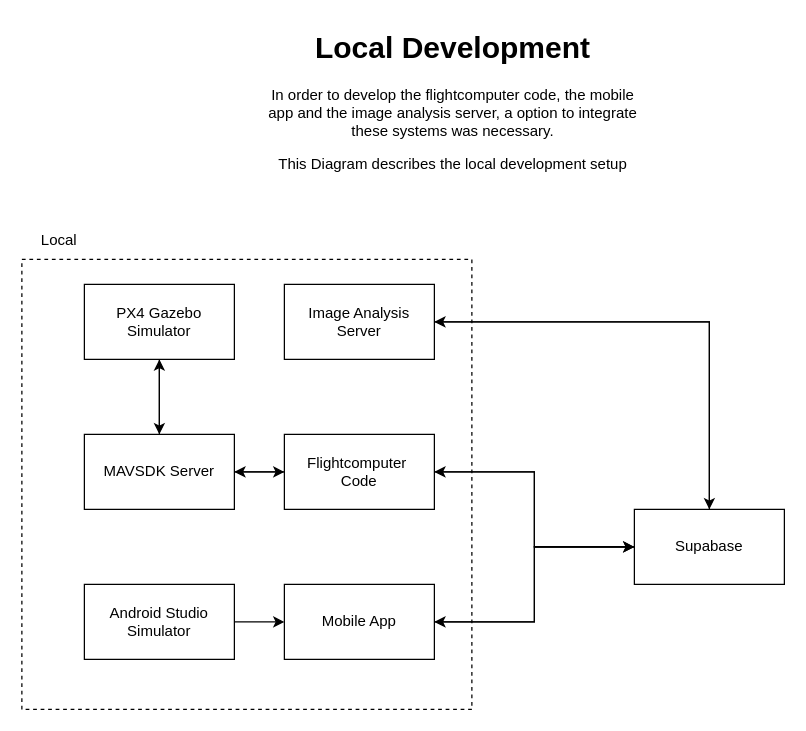
FawnRescue/planning keeps this draw.io diagram as Simulator_architecture.drawio. Above is the earlier version. Source tidied: cells renumbered, new cells numbered last; positions are measured from the earlier drawing's top-left corner, leaving out a move shared by most shapes. Both pictures are drawn from the tidied source at 125%, with x=0, y=0 at pixel (21, 21).
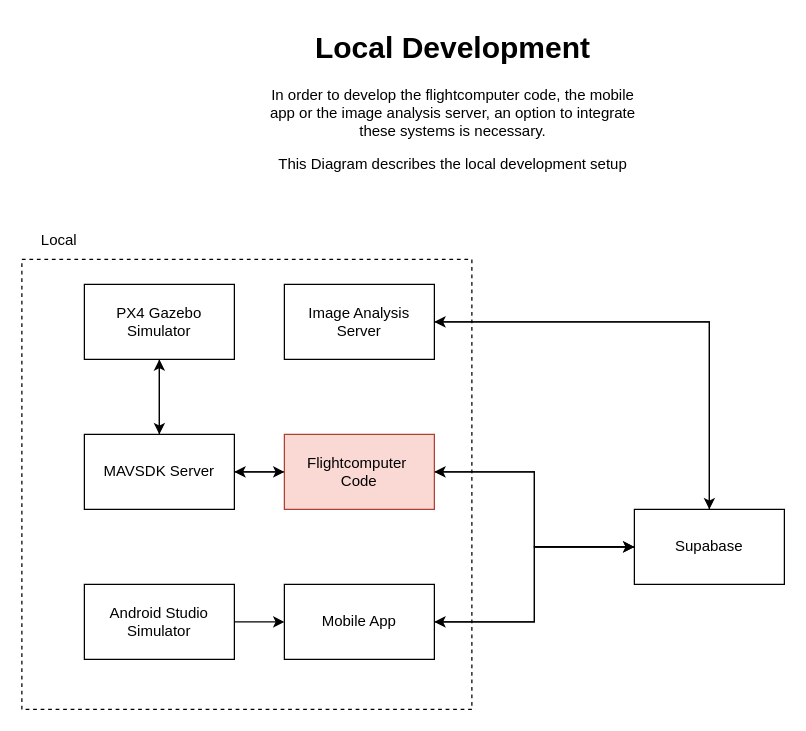
Above is the later version.

Change to the diagram source:
```diff
@@
-    <mxCell id="10" value="&lt;div&gt;Flightcomputer&amp;nbsp;&lt;/div&gt;&lt;div&gt;Code&lt;/div&gt;" style="rounded=0;whiteSpace=wrap;html=1;" parent="1" vertex="1">
+    <mxCell id="10" value="&lt;div&gt;Flightcomputer&amp;nbsp;&lt;/div&gt;&lt;div&gt;Code&lt;/div&gt;" style="rounded=0;whiteSpace=wrap;html=1;fillColor=#fad9d5;strokeColor=#ae4132;" parent="1" vertex="1">
       <mxGeometry x="210" y="330" width="120" height="60" as="geometry" />
     </mxCell>
@@
-    <mxCell id="17" value="&lt;h1 style=&quot;margin-top: 0px;&quot;&gt;Local Development&lt;br&gt;&lt;/h1&gt;&lt;p&gt;In order to develop the flightcomputer code, the mobile app and the image analysis server, a option to integrate these systems was necessary.&lt;/p&gt;&lt;p&gt;This Diagram describes the local development setup&lt;br&gt;&lt;/p&gt;" style="text;html=1;whiteSpace=wrap;overflow=hidden;rounded=0;align=center;" parent="1" vertex="1">
+    <mxCell id="17" value="&lt;h1 style=&quot;margin-top: 0px;&quot;&gt;Local Development&lt;br&gt;&lt;/h1&gt;&lt;p&gt;In order to develop the flightcomputer code, the mobile app or the image analysis server, an option to integrate these systems is necessary.&lt;/p&gt;&lt;p&gt;This Diagram describes the local development setup&lt;br&gt;&lt;/p&gt;" style="text;html=1;whiteSpace=wrap;overflow=hidden;rounded=0;align=center;" parent="1" vertex="1">
       <mxGeometry x="190" width="310" height="120" as="geometry" />
     </mxCell>
```
